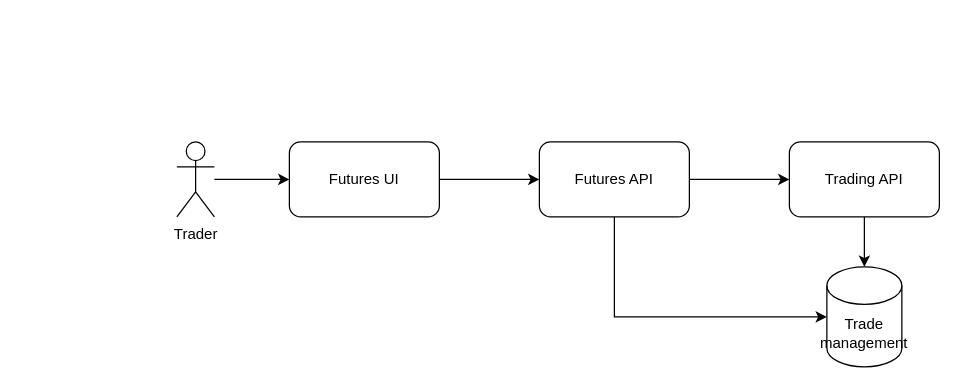
Earlier version of the draw.io diagram page "Futures Uploader" (4 of 6) of Untitled Diagram.drawio (jithinElambasseril/SSRSjsonDataSource). Source tidied: cells renumbered, new cells numbered last; positions are measured from the earlier drawing's top-left corner, leaving out a move shared by most shapes. Both pictures are drawn from the tidied source at 125%, with x=0, y=0 at pixel (176, 141).
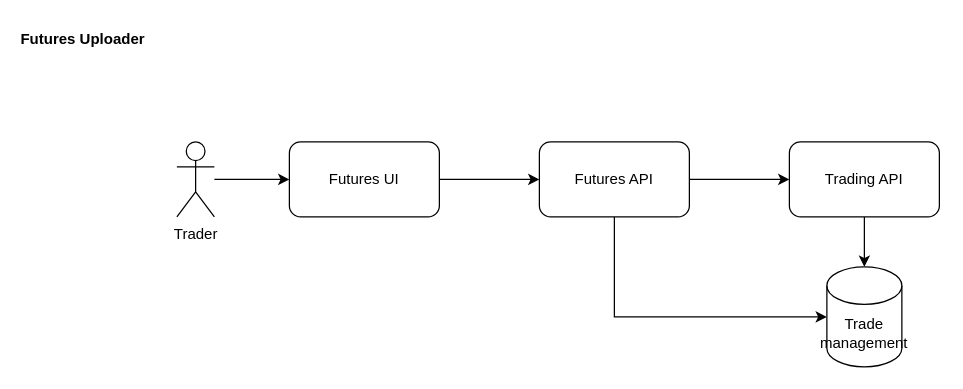
The same page after the edit.

Change to the diagram source:
```diff
@@
 <mxGraphModel>
   <root>
     <mxCell id="0" />
     <mxCell id="1" parent="0" />
     <mxCell id="2" style="edgeStyle=orthogonalEdgeStyle;rounded=0;jettySize=auto;html=1;" parent="1" edge="1" source="3" target="5">
       <mxGeometry relative="1" as="geometry" />
     </mxCell>
     <mxCell id="3" value="Trader" style="shape=umlActor;verticalLabelPosition=bottom;verticalAlign=top;html=1;outlineConnect=0;" parent="1" vertex="1">
       <mxGeometry width="30" height="60" as="geometry" />
     </mxCell>
     <mxCell id="4" style="edgeStyle=orthogonalEdgeStyle;rounded=0;jettySize=auto;html=1;" parent="1" edge="1" source="5" target="8">
       <mxGeometry relative="1" as="geometry" />
     </mxCell>
     <mxCell id="5" value="Futures UI" style="rounded=1;whiteSpace=wrap;html=1;" parent="1" vertex="1">
       <mxGeometry x="90" width="120" height="60" as="geometry" />
     </mxCell>
     <mxCell id="6" style="edgeStyle=orthogonalEdgeStyle;rounded=0;jettySize=auto;html=1;" parent="1" edge="1" source="8" target="10">
       <mxGeometry relative="1" as="geometry" />
     </mxCell>
     <mxCell id="7" style="edgeStyle=orthogonalEdgeStyle;rounded=0;jettySize=auto;html=1;entryX=0;entryY=0.5;entryDx=0;entryDy=0;entryPerimeter=0;exitX=0.5;exitY=1;exitDx=0;exitDy=0;" parent="1" edge="1" source="8" target="11">
       <mxGeometry relative="1" as="geometry" />
     </mxCell>
     <mxCell id="8" value="Futures API" style="whiteSpace=wrap;html=1;rounded=1;" parent="1" vertex="1">
       <mxGeometry x="290" width="120" height="60" as="geometry" />
     </mxCell>
     <mxCell id="9" style="edgeStyle=orthogonalEdgeStyle;rounded=0;jettySize=auto;html=1;" parent="1" edge="1" source="10" target="11">
       <mxGeometry relative="1" as="geometry" />
     </mxCell>
     <mxCell id="10" value="Trading API" style="whiteSpace=wrap;html=1;rounded=1;" parent="1" vertex="1">
       <mxGeometry x="490" width="120" height="60" as="geometry" />
     </mxCell>
     <mxCell id="11" value="Trade management" style="shape=cylinder3;whiteSpace=wrap;html=1;boundedLbl=1;backgroundOutline=1;size=15;" parent="1" vertex="1">
       <mxGeometry x="520" y="100" width="60" height="80" as="geometry" />
     </mxCell>
+    <mxCell id="12" value="Futures Uploader" style="text;align=center;fontStyle=1;verticalAlign=middle;spacingLeft=3;spacingRight=3;strokeColor=none;" parent="1" vertex="1">
+      <mxGeometry x="-115" y="-96" width="80" height="26" as="geometry" />
+    </mxCell>
   </root>
 </mxGraphModel>
```
